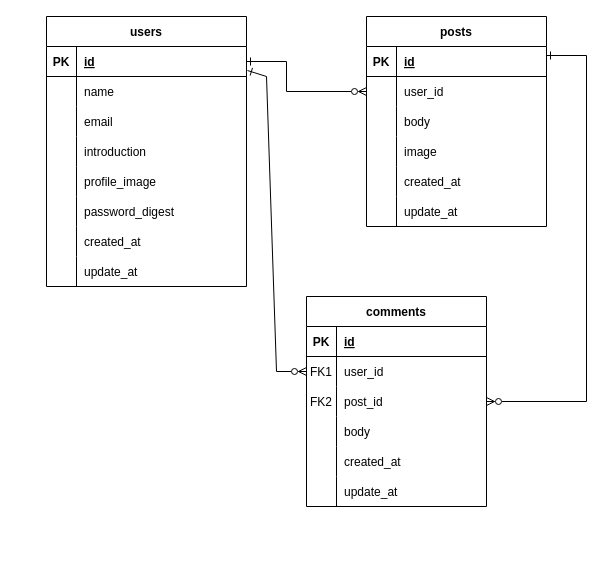
Before: drawio_practice/test.drawio in KmxNnCCZ/drawio, a draw.io diagram. Source tidied: cells renumbered, new cells numbered last; positions are measured from the earlier drawing's top-left corner, leaving out a move shared by most shapes. Both pictures are drawn from the tidied source at 100%, with x=0, y=0 at pixel (46, 16).
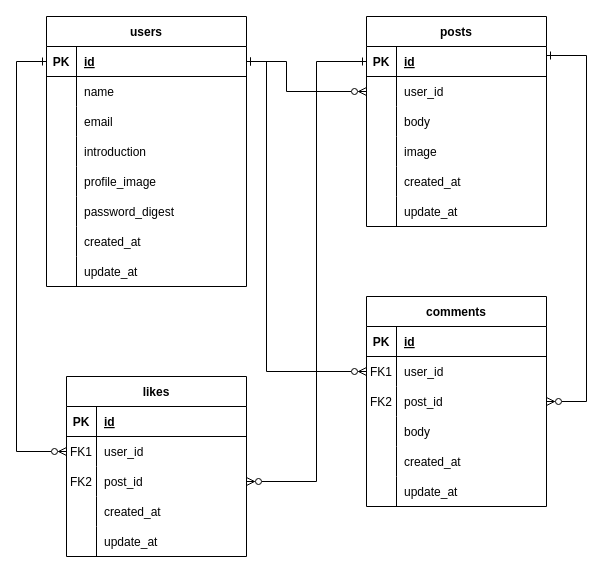
The same page after the edit.

Commit message:
likesテーブルの追加

Unchanged cells that the change refers to:
```xml
<mxCell id="3" style="shape=tableRow;horizontal=0;startSize=0;swimlaneHead=0;swimlaneBody=0;fillColor=none;points=[[0,0.5],[1,0.5]];portConstraint=eastwest;top=0;left=0;right=0;bottom=1;" parent="2" vertex="1">
  <mxGeometry y="30" width="200" height="30" as="geometry" />
</mxCell>
<mxCell id="32" style="shape=tableRow;horizontal=0;startSize=0;swimlaneHead=0;swimlaneBody=0;fillColor=none;points=[[0,0.5],[1,0.5]];portConstraint=eastwest;top=0;left=0;right=0;bottom=0;rounded=0;strokeColor=default;" parent="28" vertex="1">
  <mxGeometry y="60" width="180" height="30" as="geometry" />
</mxCell>
<mxCell id="49" style="shape=tableRow;horizontal=0;startSize=0;swimlaneHead=0;swimlaneBody=0;fillColor=none;points=[[0,0.5],[1,0.5]];portConstraint=eastwest;top=0;left=0;right=0;bottom=1;rounded=0;strokeColor=default;" parent="48" vertex="1">
  <mxGeometry y="30" width="180" height="30" as="geometry" />
</mxCell>
```

What changed in the source:
```diff
@@
     <mxCell id="28" value="comments" style="shape=table;startSize=30;childLayout=tableLayout;rowLines=0;fontStyle=1;align=center;rounded=0;strokeColor=default;fillColor=none;" parent="1" vertex="1">
-      <mxGeometry x="260" y="280" width="180" height="210" as="geometry" />
+      <mxGeometry x="320" y="280" width="180" height="210" as="geometry" />
     </mxCell>
@@
-    <mxCell id="47" style="edgeStyle=none;rounded=0;html=1;entryX=0;entryY=0.5;entryDx=0;entryDy=0;startArrow=ERone;startFill=0;endArrow=ERzeroToMany;endFill=0;exitX=1.005;exitY=0.8;exitDx=0;exitDy=0;exitPerimeter=0;" parent="1" edge="1" source="3" target="32">
+    <mxCell id="47" style="edgeStyle=none;rounded=0;html=1;entryX=0;entryY=0.5;entryDx=0;entryDy=0;startArrow=ERone;startFill=0;endArrow=ERzeroToMany;endFill=0;exitX=1;exitY=0.5;exitDx=0;exitDy=0;" parent="1" edge="1" source="3" target="32">
       <mxGeometry relative="1" as="geometry">
         <Array as="points">
-          <mxPoint x="220" y="60" />
-          <mxPoint x="230" y="355" />
+          <mxPoint x="220" y="45" />
+          <mxPoint x="220" y="355" />
         </Array>
       </mxGeometry>
     </mxCell>
@@
+    <mxCell id="68" value="likes" style="shape=table;startSize=30;childLayout=tableLayout;rowLines=0;fontStyle=1;align=center;" parent="1" vertex="1">
+      <mxGeometry x="20" y="360" width="180" height="180" as="geometry" />
+    </mxCell>
+    <mxCell id="69" style="shape=tableRow;horizontal=0;startSize=0;swimlaneHead=0;swimlaneBody=0;fillColor=none;top=0;left=0;right=0;bottom=1;" parent="68" vertex="1">
+      <mxGeometry y="30" width="180" height="30" as="geometry" />
+    </mxCell>
+    <mxCell id="70" value="PK" style="shape=partialRectangle;fillColor=none;top=0;left=0;bottom=0;right=0;fontStyle=1;overflow=hidden;" parent="69" vertex="1">
+      <mxGeometry width="30" height="30" as="geometry" />
+    </mxCell>
+    <mxCell id="71" value="id" style="shape=partialRectangle;fillColor=none;top=0;left=0;bottom=0;right=0;align=left;spacingLeft=6;fontStyle=5;overflow=hidden;" parent="69" vertex="1">
+      <mxGeometry x="30" width="150" height="30" as="geometry" />
+    </mxCell>
+    <mxCell id="72" style="shape=tableRow;horizontal=0;startSize=0;swimlaneHead=0;swimlaneBody=0;fillColor=none;points=[[0,0.5],[1,0.5]];portConstraint=eastwest;top=0;left=0;right=0;bottom=0;" parent="68" vertex="1">
+      <mxGeometry y="60" width="180" height="30" as="geometry" />
+    </mxCell>
+    <mxCell id="73" value="FK1" style="shape=partialRectangle;fillColor=none;top=0;left=0;bottom=0;right=0;overflow=hidden;" parent="72" vertex="1">
+      <mxGeometry width="30" height="30" as="geometry" />
+    </mxCell>
+    <mxCell id="74" value="user_id" style="shape=partialRectangle;fillColor=none;top=0;left=0;bottom=0;right=0;align=left;spacingLeft=6;overflow=hidden;" parent="72" vertex="1">
+      <mxGeometry x="30" width="150" height="30" as="geometry" />
+    </mxCell>
+    <mxCell id="75" style="shape=tableRow;horizontal=0;startSize=0;swimlaneHead=0;swimlaneBody=0;fillColor=none;points=[[0,0.5],[1,0.5]];portConstraint=eastwest;top=0;left=0;right=0;bottom=0;" parent="68" vertex="1">
+      <mxGeometry y="90" width="180" height="30" as="geometry" />
+    </mxCell>
+    <mxCell id="76" value="FK2" style="shape=partialRectangle;fillColor=none;top=0;left=0;bottom=0;right=0;overflow=hidden;" parent="75" vertex="1">
+      <mxGeometry width="30" height="30" as="geometry" />
+    </mxCell>
+    <mxCell id="77" value="post_id" style="shape=partialRectangle;fillColor=none;top=0;left=0;bottom=0;right=0;align=left;spacingLeft=6;overflow=hidden;" parent="75" vertex="1">
+      <mxGeometry x="30" width="150" height="30" as="geometry" />
+    </mxCell>
+    <mxCell id="78" style="shape=tableRow;horizontal=0;startSize=0;swimlaneHead=0;swimlaneBody=0;fillColor=none;top=0;left=0;right=0;bottom=0;" parent="68" vertex="1">
+      <mxGeometry y="120" width="180" height="30" as="geometry" />
+    </mxCell>
+    <mxCell id="79" style="shape=partialRectangle;fillColor=none;top=0;left=0;bottom=0;right=0;overflow=hidden;" parent="78" vertex="1">
+      <mxGeometry width="30" height="30" as="geometry" />
+    </mxCell>
+    <mxCell id="80" value="created_at" style="shape=partialRectangle;fillColor=none;top=0;left=0;bottom=0;right=0;align=left;spacingLeft=6;overflow=hidden;" parent="78" vertex="1">
+      <mxGeometry x="30" width="150" height="30" as="geometry" />
+    </mxCell>
+    <mxCell id="81" style="shape=tableRow;horizontal=0;startSize=0;swimlaneHead=0;swimlaneBody=0;fillColor=none;top=0;left=0;right=0;bottom=0;" parent="68" vertex="1">
+      <mxGeometry y="150" width="180" height="30" as="geometry" />
+    </mxCell>
+    <mxCell id="82" style="shape=partialRectangle;fillColor=none;top=0;left=0;bottom=0;right=0;overflow=hidden;" parent="81" vertex="1">
+      <mxGeometry width="30" height="30" as="geometry" />
+    </mxCell>
+    <mxCell id="83" value="update_at" style="shape=partialRectangle;fillColor=none;top=0;left=0;bottom=0;right=0;align=left;spacingLeft=6;overflow=hidden;" parent="81" vertex="1">
+      <mxGeometry x="30" width="150" height="30" as="geometry" />
+    </mxCell>
+    <mxCell id="84" style="edgeStyle=none;html=1;entryX=0;entryY=0.5;entryDx=0;entryDy=0;rounded=0;startArrow=ERone;startFill=0;endArrow=ERzeroToMany;endFill=0;" parent="1" edge="1" source="3" target="72">
+      <mxGeometry relative="1" as="geometry">
+        <Array as="points">
+          <mxPoint x="-30" y="45" />
+          <mxPoint x="-30" y="435" />
+        </Array>
+      </mxGeometry>
+    </mxCell>
+    <mxCell id="85" style="edgeStyle=none;rounded=0;html=1;entryX=0;entryY=0.5;entryDx=0;entryDy=0;startArrow=ERzeroToMany;startFill=0;endArrow=ERone;endFill=0;exitX=1;exitY=0.5;exitDx=0;exitDy=0;" parent="1" edge="1" source="75" target="49">
+      <mxGeometry relative="1" as="geometry">
+        <Array as="points">
+          <mxPoint x="270" y="465" />
+          <mxPoint x="270" y="45" />
+        </Array>
+      </mxGeometry>
+    </mxCell>
```
